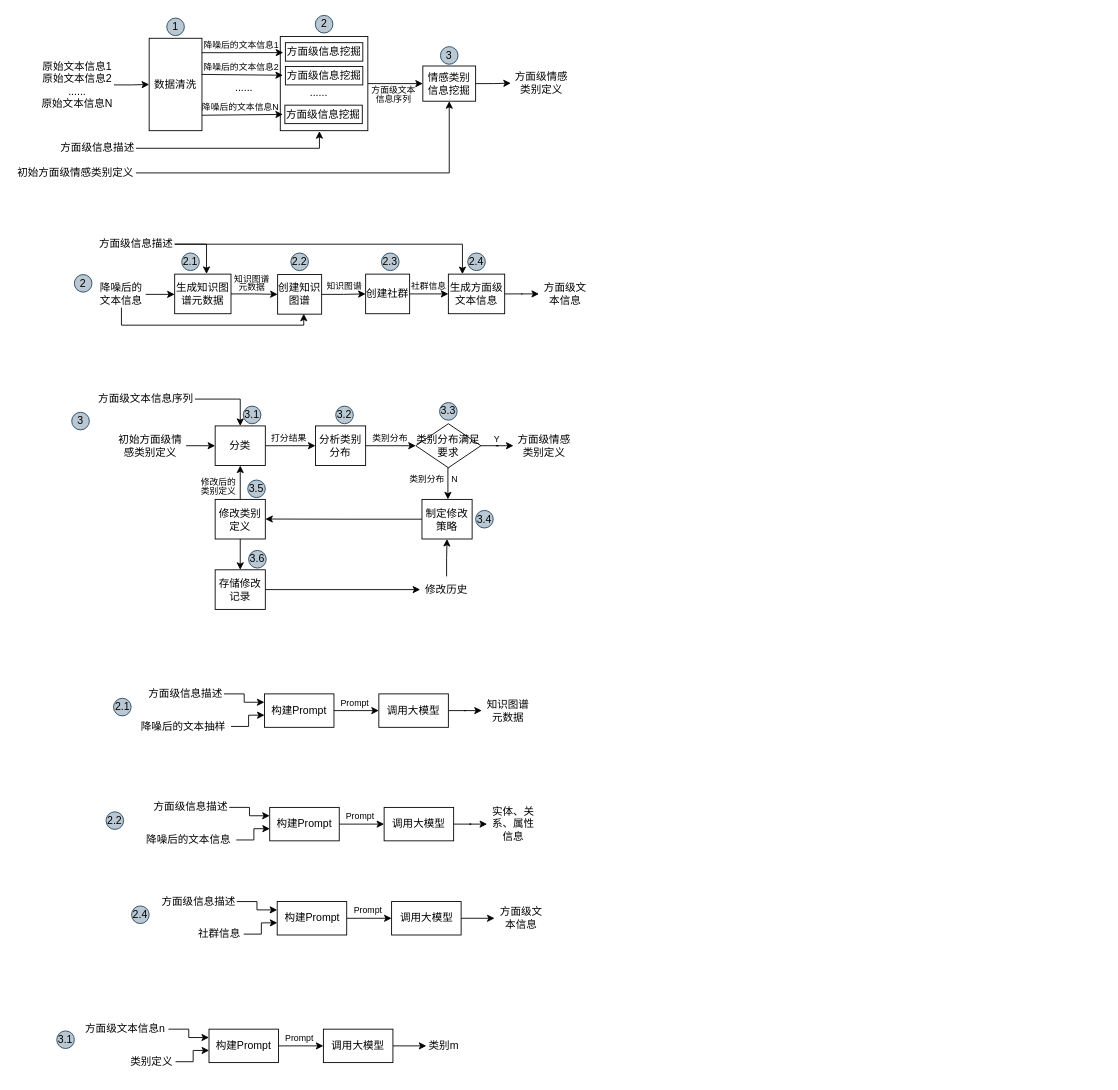
Before: patent-基于大模型的方面级文本情感挖掘.drawio in CindyZX/drawio_figures, a draw.io diagram. Source tidied: cells renumbered, new cells numbered last; positions are measured from the earlier drawing's top-left corner, leaving out a move shared by most shapes. Both pictures are drawn from the tidied source at 88%, with x=0, y=0 at pixel (15, 15).
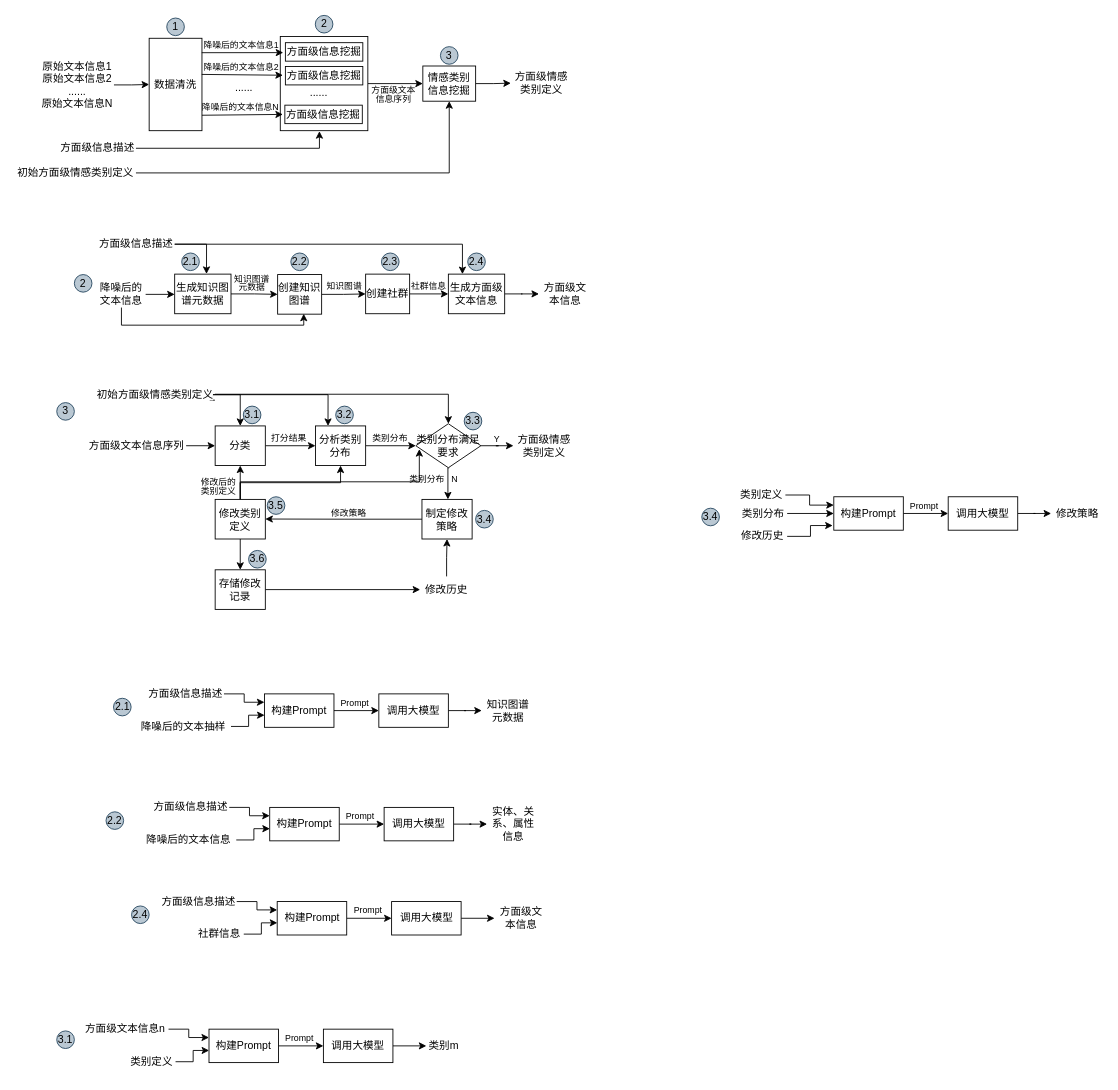
The same page after the edit.

Commit message:
更新patent-基于大模型的方面级文本情感挖掘.drawio

The change refers to these unchanged cells:
```xml
<mxCell id="40" value="分类" style="rounded=0;whiteSpace=wrap;html=1;" parent="1" vertex="1">
  <mxGeometry x="227" y="466.5" width="57" height="45" as="geometry" />
</mxCell>
<mxCell id="42" value="分析类别分布" style="rounded=0;whiteSpace=wrap;html=1;" parent="1" vertex="1">
  <mxGeometry x="341" y="466.5" width="57" height="45" as="geometry" />
</mxCell>
<mxCell id="45" value="类别分布满足要求" style="rhombus;whiteSpace=wrap;html=1;" parent="1" vertex="1">
  <mxGeometry x="455" y="464" width="74" height="50" as="geometry" />
</mxCell>
<mxCell id="51" value="修改类别定义" style="rounded=0;whiteSpace=wrap;html=1;" parent="1" vertex="1">
  <mxGeometry x="227" y="550" width="57" height="45" as="geometry" />
</mxCell>
```

The edit, as a diff of the source:
```diff
@@
     <mxCell id="34" value="3" style="ellipse;whiteSpace=wrap;html=1;fillColor=#bac8d3;strokeColor=#23445d;" parent="1" vertex="1">
-      <mxGeometry x="64" y="451" width="20" height="20" as="geometry" />
+      <mxGeometry x="47" y="440" width="20" height="20" as="geometry" />
     </mxCell>
-    <mxCell id="35" style="edgeStyle=orthogonalEdgeStyle;rounded=0;jettySize=auto;html=1;exitX=1;exitY=0.5;exitDx=0;exitDy=0;entryX=0.5;entryY=0;entryDx=0;entryDy=0;" parent="1" edge="1" source="36" target="40">
-      <mxGeometry relative="1" as="geometry" />
+    <mxCell id="35" style="edgeStyle=orthogonalEdgeStyle;rounded=0;jettySize=auto;html=1;entryX=0.5;entryY=0;entryDx=0;entryDy=0;" parent="1" edge="1" target="40">
+      <mxGeometry relative="1" as="geometry">
+        <mxPoint x="224" y="437" as="sourcePoint" />
+        <Array as="points">
+          <mxPoint x="224" y="431" />
+          <mxPoint x="256" y="431" />
+        </Array>
+      </mxGeometry>
     </mxCell>
-    <mxCell id="36" value="方面级文本信息序列" style="text;html=1;align=center;verticalAlign=middle;whiteSpace=wrap;rounded=0;" parent="1" vertex="1">
-      <mxGeometry x="93" y="421" width="111" height="30" as="geometry" />
-    </mxCell>
@@
-    <mxCell id="38" value="初始方面级情感类别定义" style="text;html=1;align=center;verticalAlign=middle;whiteSpace=wrap;rounded=0;" parent="1" vertex="1">
-      <mxGeometry x="111.5" y="474" width="82.5" height="30" as="geometry" />
+    <mxCell id="38" value="方面级文本信息序列" style="text;html=1;align=center;verticalAlign=middle;whiteSpace=wrap;rounded=0;" parent="1" vertex="1">
+      <mxGeometry x="82" y="474" width="112" height="30" as="geometry" />
     </mxCell>
@@
+    <mxCell id="130" style="edgeStyle=orthogonalEdgeStyle;rounded=0;jettySize=auto;html=1;exitX=0.5;exitY=0;exitDx=0;exitDy=0;entryX=0.5;entryY=1;entryDx=0;entryDy=0;" parent="1" edge="1" source="51" target="42">
+      <mxGeometry relative="1" as="geometry">
+        <Array as="points">
+          <mxPoint x="256" y="531" />
+          <mxPoint x="370" y="531" />
+        </Array>
+      </mxGeometry>
+    </mxCell>
@@
     <mxCell id="71" value="3.3" style="ellipse;whiteSpace=wrap;html=1;fillColor=#bac8d3;strokeColor=#23445d;" parent="1" vertex="1">
-      <mxGeometry x="482" y="440" width="20" height="20" as="geometry" />
+      <mxGeometry x="510" y="451" width="20" height="20" as="geometry" />
     </mxCell>
@@
     <mxCell id="73" value="3.5" style="ellipse;whiteSpace=wrap;html=1;fillColor=#bac8d3;strokeColor=#23445d;" parent="1" vertex="1">
-      <mxGeometry x="264" y="528" width="20" height="20" as="geometry" />
+      <mxGeometry x="286.2" y="547" width="20" height="20" as="geometry" />
     </mxCell>
@@
+    <mxCell id="131" style="edgeStyle=orthogonalEdgeStyle;rounded=0;jettySize=auto;html=1;exitX=1;exitY=0.75;exitDx=0;exitDy=0;entryX=0.25;entryY=0;entryDx=0;entryDy=0;" parent="1" edge="1" source="133" target="42">
+      <mxGeometry relative="1" as="geometry">
+        <Array as="points">
+          <mxPoint x="221" y="431" />
+          <mxPoint x="355" y="431" />
+        </Array>
+      </mxGeometry>
+    </mxCell>
+    <mxCell id="132" style="edgeStyle=orthogonalEdgeStyle;rounded=0;jettySize=auto;html=1;exitX=1;exitY=0.5;exitDx=0;exitDy=0;entryX=0.5;entryY=0;entryDx=0;entryDy=0;" parent="1" edge="1" source="133" target="45">
+      <mxGeometry relative="1" as="geometry">
+        <Array as="points">
+          <mxPoint x="492" y="431" />
+        </Array>
+      </mxGeometry>
+    </mxCell>
+    <mxCell id="133" value="&lt;span style=&quot;color: rgb(0, 0, 0); font-family: Helvetica; font-size: 12px; font-style: normal; font-variant-ligatures: normal; font-variant-caps: normal; font-weight: 400; letter-spacing: normal; orphans: 2; text-align: center; text-indent: 0px; text-transform: none; widows: 2; word-spacing: 0px; -webkit-text-stroke-width: 0px; white-space: normal; background-color: rgb(255, 255, 255); text-decoration-thickness: initial; text-decoration-style: initial; text-decoration-color: initial; display: inline !important; float: none;&quot;&gt;初始方面级情感类别定义&lt;/span&gt;" style="text;whiteSpace=wrap;html=1;" parent="1" vertex="1">
+      <mxGeometry x="90.9" y="417" width="135.8" height="27" as="geometry" />
+    </mxCell>
+    <mxCell id="134" style="edgeStyle=orthogonalEdgeStyle;rounded=0;jettySize=auto;html=1;exitX=0.5;exitY=0;exitDx=0;exitDy=0;entryX=0.054;entryY=0.577;entryDx=0;entryDy=0;entryPerimeter=0;" parent="1" edge="1" source="51" target="45">
+      <mxGeometry relative="1" as="geometry">
+        <Array as="points">
+          <mxPoint x="256" y="530" />
+          <mxPoint x="459" y="530" />
+        </Array>
+      </mxGeometry>
+    </mxCell>
+    <mxCell id="135" value="3.4" style="ellipse;whiteSpace=wrap;html=1;fillColor=#bac8d3;strokeColor=#23445d;" parent="1" vertex="1">
+      <mxGeometry x="780" y="560" width="20" height="20" as="geometry" />
+    </mxCell>
+    <mxCell id="136" style="edgeStyle=orthogonalEdgeStyle;rounded=0;jettySize=auto;html=1;exitX=1;exitY=0.5;exitDx=0;exitDy=0;entryX=0;entryY=0.25;entryDx=0;entryDy=0;" parent="1" edge="1" source="137" target="139">
+      <mxGeometry relative="1" as="geometry" />
+    </mxCell>
+    <mxCell id="137" value="类别定义" style="text;html=1;align=center;verticalAlign=middle;whiteSpace=wrap;rounded=0;" parent="1" vertex="1">
+      <mxGeometry x="821" y="530" width="54" height="30" as="geometry" />
+    </mxCell>
+    <mxCell id="138" style="edgeStyle=orthogonalEdgeStyle;rounded=0;jettySize=auto;html=1;exitX=1;exitY=0.5;exitDx=0;exitDy=0;entryX=0;entryY=0.5;entryDx=0;entryDy=0;" parent="1" edge="1" source="139" target="142">
+      <mxGeometry relative="1" as="geometry" />
+    </mxCell>
+    <mxCell id="139" value="构建Prompt" style="rounded=0;whiteSpace=wrap;html=1;" parent="1" vertex="1">
+      <mxGeometry x="930" y="547" width="79" height="38" as="geometry" />
+    </mxCell>
+    <mxCell id="140" value="修改策略" style="text;html=1;align=center;verticalAlign=middle;whiteSpace=wrap;rounded=0;" parent="1" vertex="1">
+      <mxGeometry x="1177" y="551" width="60" height="30" as="geometry" />
+    </mxCell>
+    <mxCell id="141" style="edgeStyle=orthogonalEdgeStyle;rounded=0;jettySize=auto;html=1;exitX=1;exitY=0.5;exitDx=0;exitDy=0;" parent="1" edge="1" source="142" target="140">
+      <mxGeometry relative="1" as="geometry" />
+    </mxCell>
+    <mxCell id="142" value="调用大模型" style="rounded=0;whiteSpace=wrap;html=1;" parent="1" vertex="1">
+      <mxGeometry x="1060" y="547" width="79" height="38" as="geometry" />
+    </mxCell>
+    <mxCell id="143" value="&lt;p style=&quot;line-height: 100%; font-size: 10px;&quot;&gt;Prompt&lt;/p&gt;" style="text;html=1;align=center;verticalAlign=middle;whiteSpace=wrap;rounded=0;spacing=2;fontSize=10;" parent="1" vertex="1">
+      <mxGeometry x="1011" y="552" width="44" height="10" as="geometry" />
+    </mxCell>
+    <mxCell id="144" value="修改历史" style="text;html=1;align=center;verticalAlign=middle;whiteSpace=wrap;rounded=0;" parent="1" vertex="1">
+      <mxGeometry x="821" y="577" width="56" height="30" as="geometry" />
+    </mxCell>
+    <mxCell id="145" style="edgeStyle=orthogonalEdgeStyle;rounded=0;jettySize=auto;html=1;exitX=1;exitY=0.5;exitDx=0;exitDy=0;entryX=-0.016;entryY=0.861;entryDx=0;entryDy=0;entryPerimeter=0;" parent="1" edge="1" source="144" target="139">
+      <mxGeometry relative="1" as="geometry" />
+    </mxCell>
+    <mxCell id="146" style="edgeStyle=orthogonalEdgeStyle;rounded=0;jettySize=auto;html=1;exitX=1;exitY=0.5;exitDx=0;exitDy=0;entryX=0;entryY=0.5;entryDx=0;entryDy=0;" parent="1" edge="1" source="147" target="139">
+      <mxGeometry relative="1" as="geometry" />
+    </mxCell>
+    <mxCell id="147" value="类别分布" style="text;html=1;align=center;verticalAlign=middle;whiteSpace=wrap;rounded=0;" parent="1" vertex="1">
+      <mxGeometry x="823" y="551" width="54" height="30" as="geometry" />
+    </mxCell>
+    <mxCell id="148" value="&lt;p style=&quot;line-height: 100%; font-size: 10px;&quot;&gt;修改策略&lt;/p&gt;" style="text;html=1;align=center;verticalAlign=middle;whiteSpace=wrap;rounded=0;spacing=2;fontSize=10;" parent="1" vertex="1">
+      <mxGeometry x="356.5" y="560" width="44" height="10" as="geometry" />
+    </mxCell>
```
